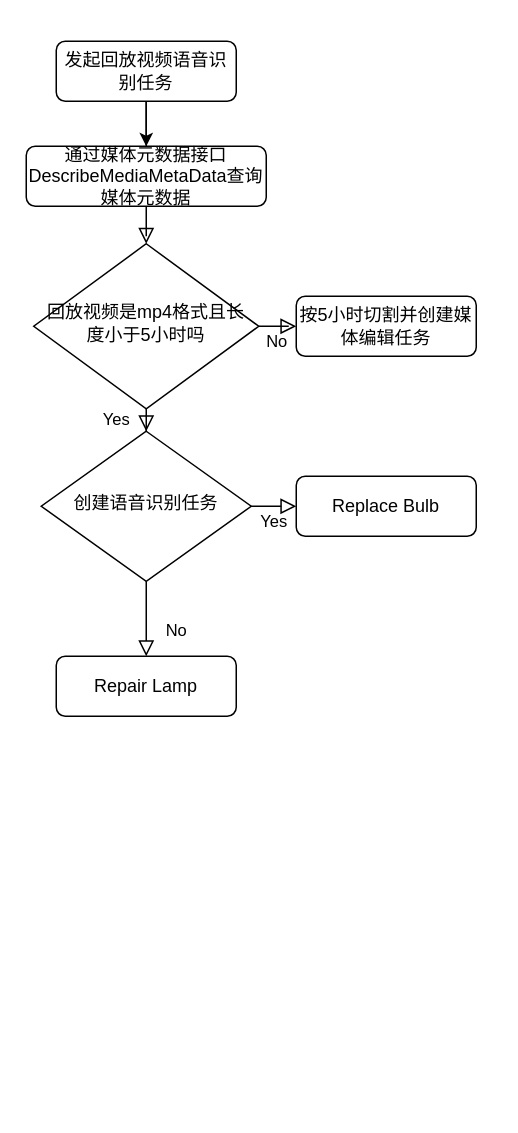
This is Untitled Diagram.drawio from wangxingsen/myrepository, a draw.io file, before an edit. Source tidied: cells renumbered, new cells numbered last; positions are measured from the earlier drawing's top-left corner, leaving out a move shared by most shapes. Both pictures are drawn from the tidied source at 150%, with x=0, y=0 at pixel (26, 40).
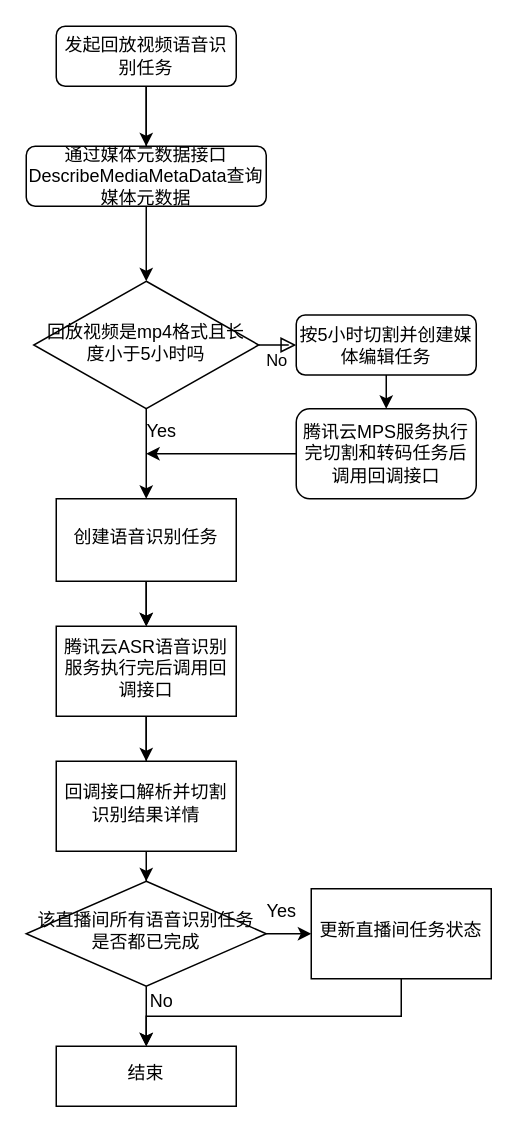
The same diagram, later.

Commit message:
asr任务流程图

The change refers to these unchanged cells:
```xml
<mxCell id="14" value="通过媒体元数据接口DescribeMediaMetaData查询媒体元数据" style="whiteSpace=wrap;html=1;rounded=1;glass=0;strokeWidth=1;shadow=0;" parent="1" vertex="1">
  <mxGeometry y="70" width="160" height="40" as="geometry" />
</mxCell>
```

The edit, as a diff of the source:
```diff
@@
-    <mxCell id="2" style="rounded=0;html=1;jettySize=auto;fontSize=11;endArrow=block;endFill=0;endSize=8;strokeWidth=1;shadow=0;labelBackgroundColor=none;edgeStyle=orthogonalEdgeStyle;startArrow=none;" parent="1" edge="1" source="14" target="7">
-      <mxGeometry relative="1" as="geometry" />
-    </mxCell>
@@
     <mxCell id="4" value="发起回放视频语音识别任务" style="rounded=1;whiteSpace=wrap;html=1;fontSize=12;glass=0;strokeWidth=1;shadow=0;" parent="1" vertex="1">
-      <mxGeometry x="20" width="120" height="40" as="geometry" />
+      <mxGeometry x="20" y="-10" width="120" height="40" as="geometry" />
     </mxCell>
+    <mxCell id="6" value="No" style="edgeStyle=orthogonalEdgeStyle;rounded=0;html=1;jettySize=auto;fontSize=11;endArrow=block;endFill=0;endSize=8;strokeWidth=1;shadow=0;labelBackgroundColor=none;" parent="1" edge="1" source="7" target="8">
+      <mxGeometry y="10" relative="1" as="geometry" />
+    </mxCell>
-    <mxCell id="5" value="Yes" style="rounded=0;html=1;jettySize=auto;fontSize=11;endArrow=block;endFill=0;endSize=8;strokeWidth=1;shadow=0;labelBackgroundColor=none;edgeStyle=orthogonalEdgeStyle;" parent="1" edge="1" source="7" target="11">
-      <mxGeometry y="20" relative="1" as="geometry" />
+    <mxCell id="5" style="edgeStyle=orthogonalEdgeStyle;rounded=0;jettySize=auto;html=1;" parent="1" edge="1" source="7" target="11">
+      <mxGeometry relative="1" as="geometry" />
     </mxCell>
-    <mxCell id="6" value="No" style="edgeStyle=orthogonalEdgeStyle;rounded=0;html=1;jettySize=auto;fontSize=11;endArrow=block;endFill=0;endSize=8;strokeWidth=1;shadow=0;labelBackgroundColor=none;" parent="1" edge="1" source="7" target="8">
-      <mxGeometry y="10" relative="1" as="geometry" />
-    </mxCell>
     <mxCell id="7" value="回放视频是mp4格式且长度小于5小时吗" style="rhombus;whiteSpace=wrap;html=1;shadow=0;fontFamily=Helvetica;fontSize=12;align=center;strokeWidth=1;spacing=6;spacingTop=-4;" parent="1" vertex="1">
-      <mxGeometry x="5" y="135" width="150" height="110" as="geometry" />
+      <mxGeometry x="5" y="160" width="150" height="85" as="geometry" />
     </mxCell>
+    <mxCell id="16" style="edgeStyle=orthogonalEdgeStyle;rounded=0;jettySize=auto;html=1;" parent="1" edge="1" source="8" target="18">
+      <mxGeometry relative="1" as="geometry" />
+    </mxCell>
     <mxCell id="8" value="按5小时切割并创建媒体编辑任务" style="rounded=1;whiteSpace=wrap;html=1;fontSize=12;glass=0;strokeWidth=1;shadow=0;" parent="1" vertex="1">
-      <mxGeometry x="180" y="170" width="120" height="40" as="geometry" />
+      <mxGeometry x="180" y="182.5" width="120" height="40" as="geometry" />
     </mxCell>
-    <mxCell id="9" value="No" style="rounded=0;html=1;jettySize=auto;fontSize=11;endArrow=block;endFill=0;endSize=8;strokeWidth=1;shadow=0;labelBackgroundColor=none;edgeStyle=orthogonalEdgeStyle;" parent="1" edge="1" source="11" target="12">
-      <mxGeometry x="0.33" y="20" relative="1" as="geometry" />
-    </mxCell>
-    <mxCell id="10" value="Yes" style="edgeStyle=orthogonalEdgeStyle;rounded=0;html=1;jettySize=auto;fontSize=11;endArrow=block;endFill=0;endSize=8;strokeWidth=1;shadow=0;labelBackgroundColor=none;" parent="1" edge="1" source="11" target="13">
-      <mxGeometry y="10" relative="1" as="geometry" />
-    </mxCell>
-    <mxCell id="11" value="创建语音识别任务" style="rhombus;whiteSpace=wrap;html=1;shadow=0;fontFamily=Helvetica;fontSize=12;align=center;strokeWidth=1;spacing=6;spacingTop=-4;" parent="1" vertex="1">
-      <mxGeometry x="10" y="260" width="140" height="100" as="geometry" />
-    </mxCell>
-    <mxCell id="12" value="Repair Lamp" style="rounded=1;whiteSpace=wrap;html=1;fontSize=12;glass=0;strokeWidth=1;shadow=0;" parent="1" vertex="1">
-      <mxGeometry x="20" y="410" width="120" height="40" as="geometry" />
-    </mxCell>
-    <mxCell id="13" value="Replace Bulb" style="rounded=1;whiteSpace=wrap;html=1;fontSize=12;glass=0;strokeWidth=1;shadow=0;" parent="1" vertex="1">
-      <mxGeometry x="180" y="290" width="120" height="40" as="geometry" />
-    </mxCell>
+    <mxCell id="2" style="edgeStyle=orthogonalEdgeStyle;rounded=0;jettySize=auto;html=1;entryX=0.5;entryY=0;entryDx=0;entryDy=0;" parent="1" edge="1" source="14" target="7">
+      <mxGeometry relative="1" as="geometry" />
+    </mxCell>
@@
+    <mxCell id="17" style="edgeStyle=orthogonalEdgeStyle;rounded=0;jettySize=auto;html=1;" parent="1" edge="1" source="18">
+      <mxGeometry relative="1" as="geometry">
+        <mxPoint x="80" y="275" as="targetPoint" />
+      </mxGeometry>
+    </mxCell>
+    <mxCell id="18" value="腾讯云MPS服务执行完切割和转码任务后调用回调接口" style="whiteSpace=wrap;html=1;rounded=1;glass=0;strokeWidth=1;shadow=0;" parent="1" vertex="1">
+      <mxGeometry x="180" y="245" width="120" height="60" as="geometry" />
+    </mxCell>
+    <mxCell id="19" style="edgeStyle=orthogonalEdgeStyle;rounded=0;jettySize=auto;html=1;entryX=0.5;entryY=0;entryDx=0;entryDy=0;" parent="1" edge="1" source="11">
+      <mxGeometry relative="1" as="geometry">
+        <mxPoint x="80" y="390" as="targetPoint" />
+      </mxGeometry>
+    </mxCell>
+    <mxCell id="20" style="edgeStyle=orthogonalEdgeStyle;rounded=0;jettySize=auto;html=1;" parent="1" edge="1" source="11" target="23">
+      <mxGeometry relative="1" as="geometry" />
+    </mxCell>
+    <mxCell id="11" value="创建语音识别任务" style="whiteSpace=wrap;html=1;shadow=0;strokeWidth=1;spacing=6;spacingTop=-4;" parent="1" vertex="1">
+      <mxGeometry x="20" y="305" width="120" height="55" as="geometry" />
+    </mxCell>
+    <mxCell id="21" style="edgeStyle=orthogonalEdgeStyle;rounded=0;jettySize=auto;html=1;startArrow=none;" parent="1" edge="1" source="27" target="26">
+      <mxGeometry relative="1" as="geometry" />
+    </mxCell>
+    <mxCell id="22" style="edgeStyle=orthogonalEdgeStyle;rounded=0;jettySize=auto;html=1;" parent="1" edge="1" source="23" target="27">
+      <mxGeometry relative="1" as="geometry" />
+    </mxCell>
+    <mxCell id="23" value="腾讯云ASR语音识别服务执行完后调用回调接口" style="whiteSpace=wrap;html=1;shadow=0;strokeWidth=1;spacing=6;spacingTop=-4;" parent="1" vertex="1">
+      <mxGeometry x="20" y="390" width="120" height="60" as="geometry" />
+    </mxCell>
+    <mxCell id="24" style="edgeStyle=orthogonalEdgeStyle;rounded=0;jettySize=auto;html=1;" parent="1" edge="1" source="26" target="30">
+      <mxGeometry relative="1" as="geometry" />
+    </mxCell>
+    <mxCell id="25" style="edgeStyle=orthogonalEdgeStyle;rounded=0;jettySize=auto;html=1;" parent="1" edge="1" source="26" target="33">
+      <mxGeometry relative="1" as="geometry" />
+    </mxCell>
+    <mxCell id="26" value="该直播间所有语音识别任务是否都已完成" style="rhombus;whiteSpace=wrap;html=1;shadow=0;strokeWidth=1;spacing=6;spacingTop=-4;" parent="1" vertex="1">
+      <mxGeometry y="560" width="160" height="70" as="geometry" />
+    </mxCell>
+    <mxCell id="27" value="回调接口解析并切割识别结果详情" style="whiteSpace=wrap;html=1;shadow=0;strokeWidth=1;spacing=6;spacingTop=-4;" parent="1" vertex="1">
+      <mxGeometry x="20" y="480" width="120" height="60" as="geometry" />
+    </mxCell>
+    <mxCell id="28" style="edgeStyle=orthogonalEdgeStyle;rounded=0;jettySize=auto;html=1;endArrow=none;" parent="1" edge="1" source="23" target="27">
+      <mxGeometry relative="1" as="geometry" />
+    </mxCell>
+    <mxCell id="29" style="edgeStyle=orthogonalEdgeStyle;rounded=0;jettySize=auto;html=1;entryX=0.5;entryY=0;entryDx=0;entryDy=0;" parent="1" edge="1" source="30" target="33">
+      <mxGeometry relative="1" as="geometry">
+        <Array as="points">
+          <mxPoint x="250" y="650" />
+          <mxPoint x="80" y="650" />
+        </Array>
+      </mxGeometry>
+    </mxCell>
+    <mxCell id="30" value="更新直播间任务状态" style="whiteSpace=wrap;html=1;shadow=0;strokeWidth=1;spacing=6;spacingTop=-4;" parent="1" vertex="1">
+      <mxGeometry x="190" y="565" width="120" height="60" as="geometry" />
+    </mxCell>
+    <mxCell id="31" value="Yes" style="text;html=1;align=center;verticalAlign=middle;strokeColor=none;fillColor=none;" parent="1" vertex="1">
+      <mxGeometry x="75" y="250" width="30" height="20" as="geometry" />
+    </mxCell>
+    <mxCell id="32" value="Yes" style="text;html=1;align=center;verticalAlign=middle;strokeColor=none;fillColor=none;" parent="1" vertex="1">
+      <mxGeometry x="155" y="570" width="30" height="20" as="geometry" />
+    </mxCell>
+    <mxCell id="33" value="结束" style="whiteSpace=wrap;html=1;shadow=0;strokeWidth=1;spacing=6;spacingTop=-4;" parent="1" vertex="1">
+      <mxGeometry x="20" y="670" width="120" height="40" as="geometry" />
+    </mxCell>
+    <mxCell id="9" value="No" style="text;html=1;align=center;verticalAlign=middle;strokeColor=none;fillColor=none;" parent="1" vertex="1">
+      <mxGeometry x="75" y="630" width="30" height="20" as="geometry" />
+    </mxCell>
```
